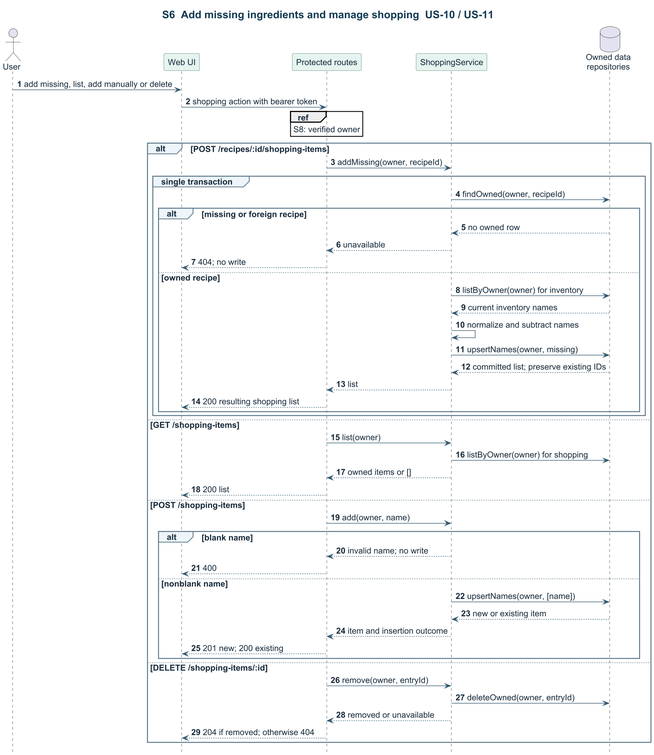
Earlier version of the PlantUML export docs/design/sequence/shopping.png (SarpCizer/CMPE331-Project). The source it was exported from:
```plantuml
@startuml
title S6  Add missing ingredients and manage shopping  US-10 / US-11
skinparam backgroundColor #FFFFFF
skinparam defaultFontName Arial
skinparam defaultFontColor #172A3A
skinparam defaultFontSize 15
skinparam ArrowColor #345A72
skinparam Shadowing false
skinparam dpi 150
skinparam TitleFontColor #123A52
skinparam TitleFontSize 19
skinparam ClassBackgroundColor #EDF5FA
skinparam ClassBorderColor #456F89
skinparam ComponentBackgroundColor #EDF5FA
skinparam ComponentBorderColor #456F89
skinparam PackageBorderColor #456F89
skinparam ParticipantBackgroundColor #E6F4F0
skinparam ParticipantBorderColor #417364
skinparam SequenceGroupBackgroundColor #EDF5FA
skinparam SequenceGroupBorderColor #617C8D
hide footbox
autonumber
actor User
participant "Web UI" as UI
participant "Protected routes" as API
participant ShoppingService as Shopping
database "Owned data\nrepositories" as Store
User -> UI : add missing, list, add manually or delete
UI -> API : shopping action with bearer token
ref over API : S8: verified owner
alt POST /recipes/:id/shopping-items
  API -> Shopping : addMissing(owner, recipeId)
  group single transaction
    Shopping -> Store : findOwned(owner, recipeId)
    alt missing or foreign recipe
      Store --> Shopping : no owned row
      Shopping --> API : unavailable
      API --> UI : 404; no write
    else owned recipe
      Shopping -> Store : listByOwner(owner) for inventory
      Store --> Shopping : current inventory names
      Shopping -> Shopping : normalize and subtract names
      Shopping -> Store : upsertNames(owner, missing)
      Store --> Shopping : committed list; preserve existing IDs
      Shopping --> API : list
      API --> UI : 200 resulting shopping list
    end
  end
else GET /shopping-items
  API -> Shopping : list(owner)
  Shopping -> Store : listByOwner(owner) for shopping
  Shopping --> API : owned items or []
  API --> UI : 200 list
else POST /shopping-items
  API -> Shopping : add(owner, name)
  alt blank name
    Shopping --> API : invalid name; no write
    API --> UI : 400
  else nonblank name
    Shopping -> Store : upsertNames(owner, [name])
    Store --> Shopping : new or existing item
    Shopping --> API : item and insertion outcome
    API --> UI : 201 new; 200 existing
  end
else DELETE /shopping-items/:id
  API -> Shopping : remove(owner, entryId)
  Shopping -> Store : deleteOwned(owner, entryId)
  Shopping --> API : removed or unavailable
  API --> UI : 204 if removed; otherwise 404
end
@enduml
```
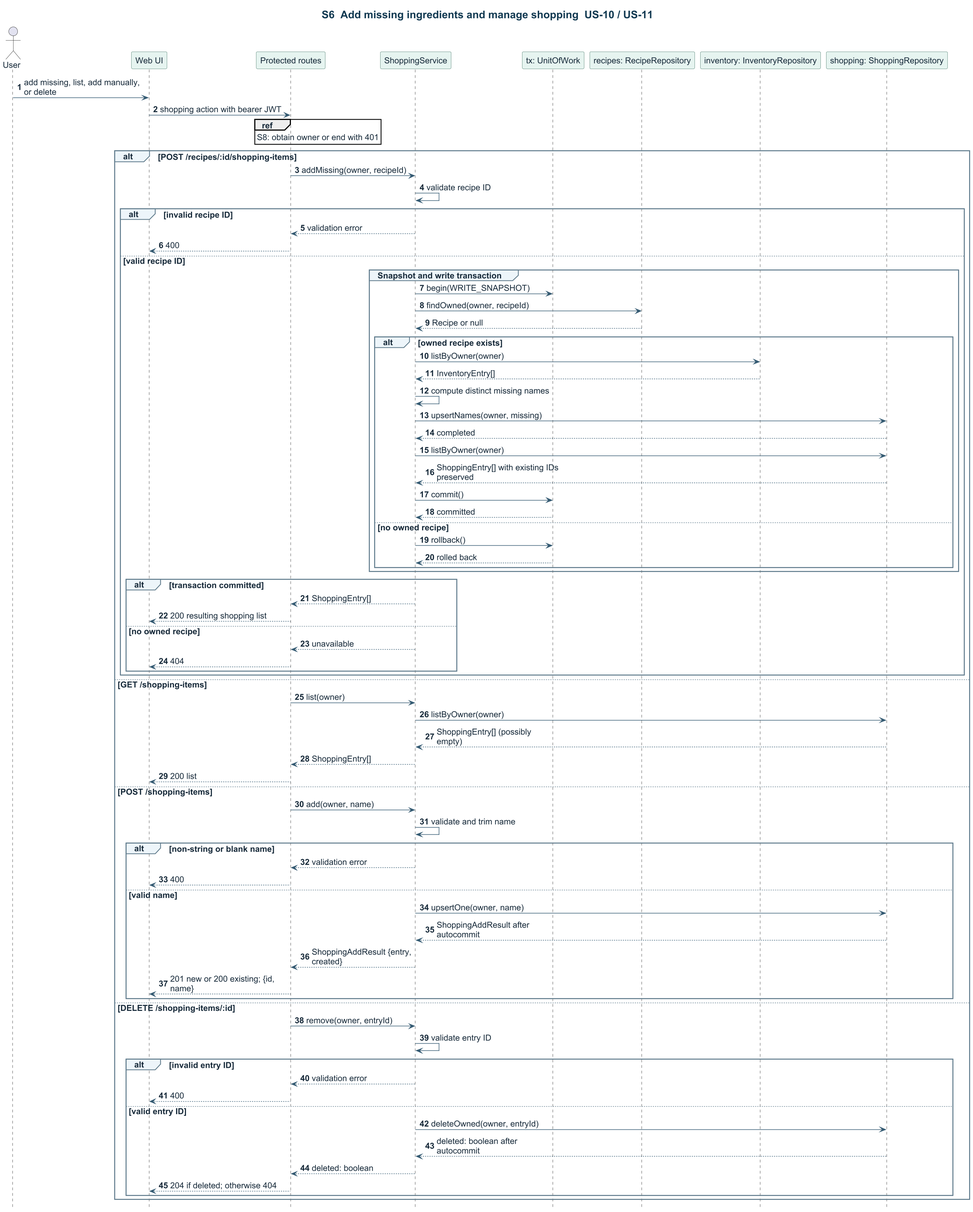
The same file after the commit.

What changed in the source:
```diff
@@ -20,52 +20,82 @@
 skinparam SequenceGroupBorderColor #617C8D
 hide footbox
 autonumber
+skinparam maxMessageSize 220
 actor User
 participant "Web UI" as UI
 participant "Protected routes" as API
-participant ShoppingService as Shopping
-database "Owned data\nrepositories" as Store
-User -> UI : add missing, list, add manually or delete
-UI -> API : shopping action with bearer token
-ref over API : S8: verified owner
+
+participant ShoppingService as Shop
+participant "tx: UnitOfWork" as Tx
+participant "recipes: RecipeRepository" as Recipes
+participant "inventory: InventoryRepository" as Inventory
+participant "shopping: ShoppingRepository" as Orders
+User -> UI : add missing, list, add manually, or delete
+UI -> API : shopping action with bearer JWT
+ref over API : S8: obtain owner or end with 401
 alt POST /recipes/:id/shopping-items
-  API -> Shopping : addMissing(owner, recipeId)
-  group single transaction
-    Shopping -> Store : findOwned(owner, recipeId)
-    alt missing or foreign recipe
-      Store --> Shopping : no owned row
-      Shopping --> API : unavailable
-      API --> UI : 404; no write
-    else owned recipe
-      Shopping -> Store : listByOwner(owner) for inventory
-      Store --> Shopping : current inventory names
-      Shopping -> Shopping : normalize and subtract names
-      Shopping -> Store : upsertNames(owner, missing)
-      Store --> Shopping : committed list; preserve existing IDs
-      Shopping --> API : list
+  API -> Shop : addMissing(owner, recipeId)
+  Shop -> Shop : validate recipe ID
+  alt invalid recipe ID
+    Shop --> API : validation error
+    API --> UI : 400
+  else valid recipe ID
+    group Snapshot and write transaction
+      Shop -> Tx : begin(WRITE_SNAPSHOT)
+      Shop -> Recipes : findOwned(owner, recipeId)
+      Recipes --> Shop : Recipe or null
+      alt owned recipe exists
+        Shop -> Inventory : listByOwner(owner)
+        Inventory --> Shop : InventoryEntry[]
+        Shop -> Shop : compute distinct missing names
+        Shop -> Orders : upsertNames(owner, missing)
+        Orders --> Shop : completed
+        Shop -> Orders : listByOwner(owner)
+        Orders --> Shop : ShoppingEntry[] with existing IDs preserved
+        Shop -> Tx : commit()
+        Tx --> Shop : committed
+      else no owned recipe
+        Shop -> Tx : rollback()
+        Tx --> Shop : rolled back
+      end
+    end
+    alt transaction committed
+      Shop --> API : ShoppingEntry[]
       API --> UI : 200 resulting shopping list
+    else no owned recipe
+      Shop --> API : unavailable
+      API --> UI : 404
     end
   end
 else GET /shopping-items
-  API -> Shopping : list(owner)
-  Shopping -> Store : listByOwner(owner) for shopping
-  Shopping --> API : owned items or []
+  API -> Shop : list(owner)
+  Shop -> Orders : listByOwner(owner)
+  Orders --> Shop : ShoppingEntry[] (possibly empty)
+  Shop --> API : ShoppingEntry[]
   API --> UI : 200 list
 else POST /shopping-items
-  API -> Shopping : add(owner, name)
-  alt blank name
-    Shopping --> API : invalid name; no write
+  API -> Shop : add(owner, name)
+  Shop -> Shop : validate and trim name
+  alt non-string or blank name
+    Shop --> API : validation error
     API --> UI : 400
-  else nonblank name
-    Shopping -> Store : upsertNames(owner, [name])
-    Store --> Shopping : new or existing item
-    Shopping --> API : item and insertion outcome
-    API --> UI : 201 new; 200 existing
+  else valid name
+    Shop -> Orders : upsertOne(owner, name)
+    Orders --> Shop : ShoppingAddResult after autocommit
+    Shop --> API : ShoppingAddResult {entry, created}
+    API --> UI : 201 new or 200 existing; {id, name}
   end
 else DELETE /shopping-items/:id
-  API -> Shopping : remove(owner, entryId)
-  Shopping -> Store : deleteOwned(owner, entryId)
-  Shopping --> API : removed or unavailable
-  API --> UI : 204 if removed; otherwise 404
+  API -> Shop : remove(owner, entryId)
+  Shop -> Shop : validate entry ID
+  alt invalid entry ID
+    Shop --> API : validation error
+    API --> UI : 400
+  else valid entry ID
+    Shop -> Orders : deleteOwned(owner, entryId)
+    Orders --> Shop : deleted: boolean after autocommit
+    Shop --> API : deleted: boolean
+    API --> UI : 204 if deleted; otherwise 404
+  end
 end
 @enduml
```
